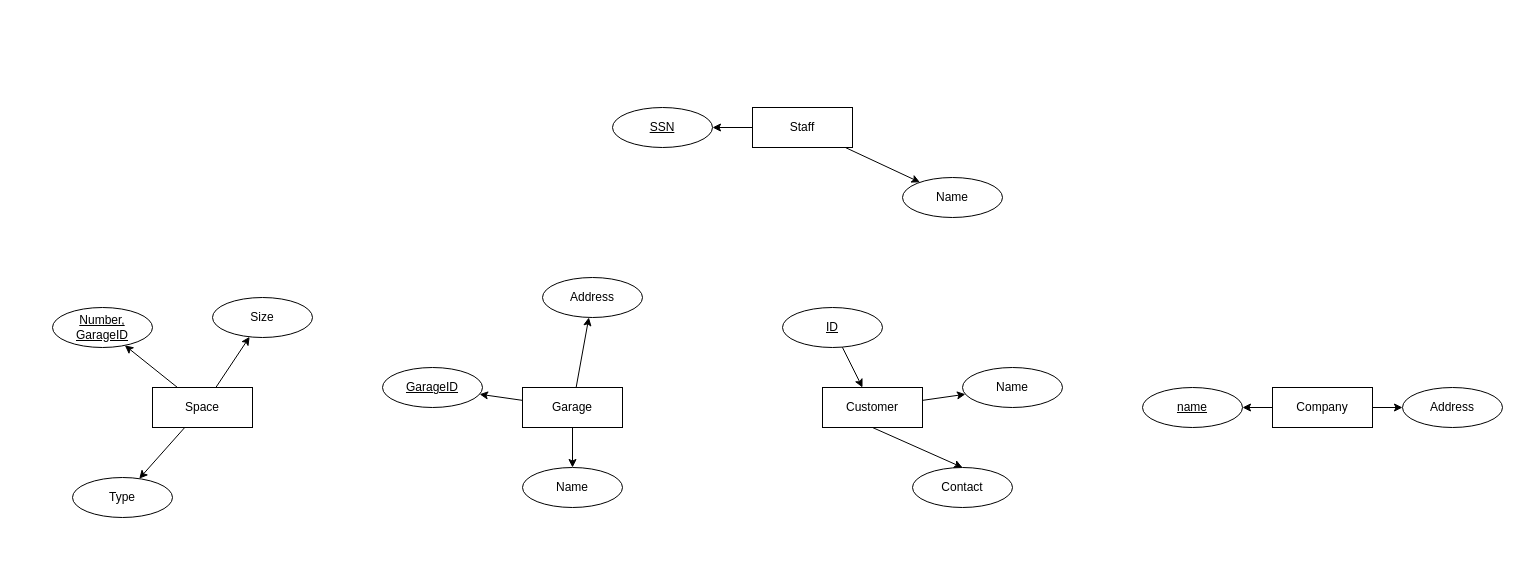
This is 未命名绘图.drawio from Burnham310/AutoNote, a draw.io file, before an edit. Source tidied: cells renumbered, new cells numbered last; positions are measured from the earlier drawing's top-left corner, leaving out a move shared by most shapes. Both pictures are drawn from the tidied source at 100%, with x=0, y=0 at pixel (52, 107).
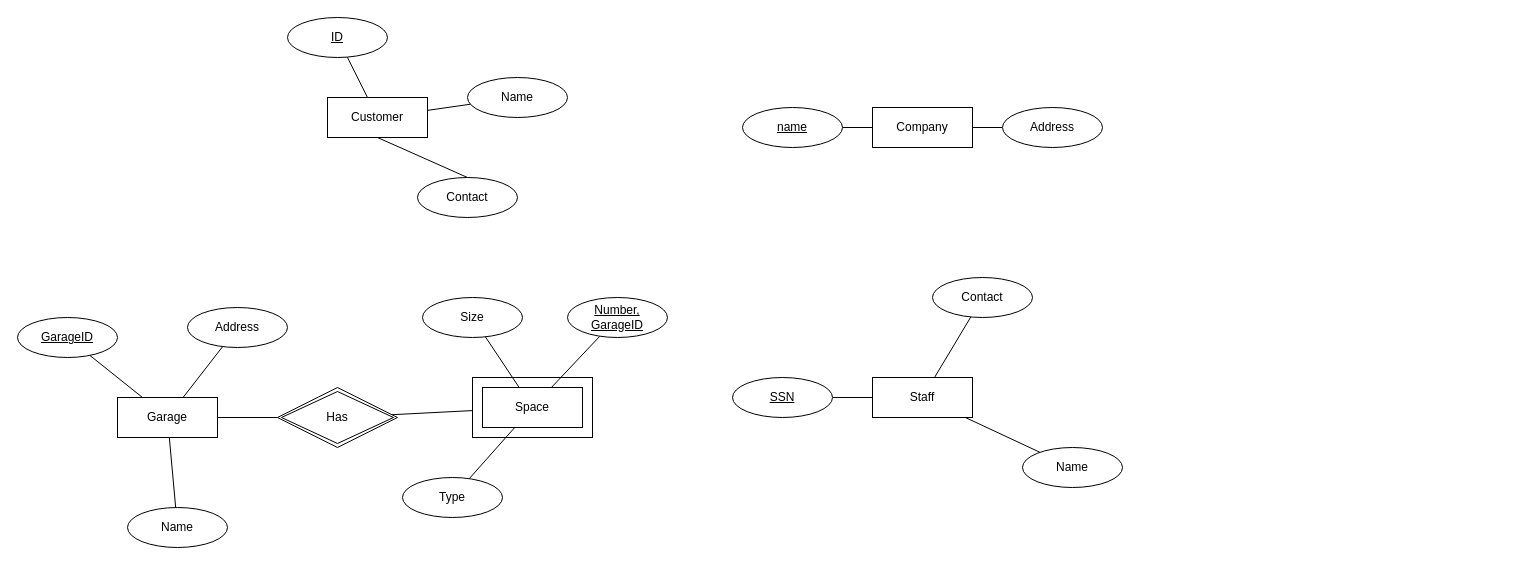
The same diagram, later.

Commit message (it also covers changes not shown here):
更新未命名绘图.drawio

Diff of the diagram source:
```diff
@@
-    <mxCell id="2" style="edgeStyle=none;rounded=0;jettySize=auto;html=1;" parent="1" edge="1" source="4" target="5">
+    <mxCell id="2" style="edgeStyle=none;rounded=0;jettySize=auto;html=1;endArrow=none;endFill=0;" parent="1" edge="1" source="4" target="5">
       <mxGeometry relative="1" as="geometry" />
     </mxCell>
-    <mxCell id="3" style="edgeStyle=none;rounded=0;jettySize=auto;html=1;" parent="1" edge="1" source="4" target="6">
+    <mxCell id="3" style="edgeStyle=none;rounded=0;jettySize=auto;html=1;endArrow=none;endFill=0;" parent="1" edge="1" source="4" target="6">
       <mxGeometry relative="1" as="geometry" />
     </mxCell>
     <mxCell id="4" value="Company" style="whiteSpace=wrap;html=1;align=center;" parent="1" vertex="1">
-      <mxGeometry x="1220" y="280" width="100" height="40" as="geometry" />
+      <mxGeometry x="820" width="100" height="40" as="geometry" />
     </mxCell>
     <mxCell id="5" value="name" style="ellipse;whiteSpace=wrap;html=1;align=center;fontStyle=4;" parent="1" vertex="1">
-      <mxGeometry x="1090" y="280" width="100" height="40" as="geometry" />
+      <mxGeometry x="690" width="100" height="40" as="geometry" />
     </mxCell>
     <mxCell id="6" value="Address" style="ellipse;whiteSpace=wrap;html=1;align=center;" parent="1" vertex="1">
-      <mxGeometry x="1350" y="280" width="100" height="40" as="geometry" />
+      <mxGeometry x="950" width="100" height="40" as="geometry" />
     </mxCell>
-    <mxCell id="7" style="rounded=0;jettySize=auto;html=1;exitX=0.5;exitY=1;exitDx=0;exitDy=0;entryX=0.5;entryY=0;entryDx=0;entryDy=0;" parent="1" edge="1" source="9" target="13">
+    <mxCell id="7" style="rounded=0;jettySize=auto;html=1;exitX=0.5;exitY=1;exitDx=0;exitDy=0;entryX=0.5;entryY=0;entryDx=0;entryDy=0;endArrow=none;endFill=0;" parent="1" edge="1" source="9" target="13">
       <mxGeometry relative="1" as="geometry" />
     </mxCell>
-    <mxCell id="8" style="edgeStyle=none;rounded=0;jettySize=auto;html=1;" parent="1" edge="1" source="9" target="12">
+    <mxCell id="8" style="edgeStyle=none;rounded=0;jettySize=auto;html=1;endArrow=none;endFill=0;" parent="1" edge="1" source="9" target="12">
       <mxGeometry relative="1" as="geometry" />
     </mxCell>
     <mxCell id="9" value="Customer" style="whiteSpace=wrap;html=1;align=center;" parent="1" vertex="1">
-      <mxGeometry x="770" y="280" width="100" height="40" as="geometry" />
+      <mxGeometry x="275" y="-10" width="100" height="40" as="geometry" />
     </mxCell>
-    <mxCell id="10" style="edgeStyle=none;rounded=0;jettySize=auto;html=1;" parent="1" edge="1" source="11" target="9">
+    <mxCell id="10" style="edgeStyle=none;rounded=0;jettySize=auto;html=1;endArrow=none;endFill=0;" parent="1" edge="1" source="11" target="9">
       <mxGeometry relative="1" as="geometry" />
     </mxCell>
     <mxCell id="11" value="ID" style="ellipse;whiteSpace=wrap;html=1;align=center;fontStyle=4;" parent="1" vertex="1">
-      <mxGeometry x="730" y="200" width="100" height="40" as="geometry" />
+      <mxGeometry x="235" y="-90" width="100" height="40" as="geometry" />
     </mxCell>
     <mxCell id="12" value="Name" style="ellipse;whiteSpace=wrap;html=1;align=center;" parent="1" vertex="1">
-      <mxGeometry x="910" y="260" width="100" height="40" as="geometry" />
+      <mxGeometry x="415" y="-30" width="100" height="40" as="geometry" />
     </mxCell>
     <mxCell id="13" value="Contact" style="ellipse;whiteSpace=wrap;html=1;align=center;" parent="1" vertex="1">
-      <mxGeometry x="860" y="360" width="100" height="40" as="geometry" />
+      <mxGeometry x="365" y="70" width="100" height="40" as="geometry" />
     </mxCell>
-    <mxCell id="14" style="edgeStyle=none;rounded=0;jettySize=auto;html=1;" parent="1" edge="1" source="17" target="20">
+    <mxCell id="14" style="edgeStyle=none;rounded=0;jettySize=auto;html=1;endArrow=none;endFill=0;" parent="1" edge="1" source="17" target="20">
       <mxGeometry relative="1" as="geometry" />
     </mxCell>
-    <mxCell id="15" style="edgeStyle=none;rounded=0;jettySize=auto;html=1;" parent="1" edge="1" source="17" target="18">
+    <mxCell id="15" style="edgeStyle=none;rounded=0;jettySize=auto;html=1;endArrow=none;endFill=0;" parent="1" edge="1" source="17" target="18">
       <mxGeometry relative="1" as="geometry" />
     </mxCell>
-    <mxCell id="16" style="edgeStyle=none;rounded=0;jettySize=auto;html=1;" parent="1" edge="1" source="17" target="19">
+    <mxCell id="16" style="edgeStyle=none;rounded=0;jettySize=auto;html=1;endArrow=none;endFill=0;" parent="1" edge="1" source="17" target="19">
       <mxGeometry relative="1" as="geometry" />
     </mxCell>
+    <mxCell id="33" style="edgeStyle=none;rounded=0;jettySize=auto;html=1;endArrow=none;endFill=0;" parent="1" edge="1" source="17" target="38">
+      <mxGeometry relative="1" as="geometry" />
+    </mxCell>
     <mxCell id="17" value="Garage" style="whiteSpace=wrap;html=1;align=center;" parent="1" vertex="1">
-      <mxGeometry x="470" y="280" width="100" height="40" as="geometry" />
+      <mxGeometry x="65" y="290" width="100" height="40" as="geometry" />
     </mxCell>
     <mxCell id="18" value="GarageID" style="ellipse;whiteSpace=wrap;html=1;align=center;fontStyle=4;" parent="1" vertex="1">
-      <mxGeometry x="330" y="260" width="100" height="40" as="geometry" />
+      <mxGeometry x="-35" y="210" width="100" height="40" as="geometry" />
     </mxCell>
     <mxCell id="19" value="Address" style="ellipse;whiteSpace=wrap;html=1;align=center;" parent="1" vertex="1">
-      <mxGeometry x="490" y="170" width="100" height="40" as="geometry" />
+      <mxGeometry x="135" y="200" width="100" height="40" as="geometry" />
     </mxCell>
     <mxCell id="20" value="Name" style="ellipse;whiteSpace=wrap;html=1;align=center;" parent="1" vertex="1">
-      <mxGeometry x="470" y="360" width="100" height="40" as="geometry" />
+      <mxGeometry x="75" y="400" width="100" height="40" as="geometry" />
     </mxCell>
-    <mxCell id="21" style="edgeStyle=none;rounded=0;jettySize=auto;html=1;" parent="1" edge="1" source="24" target="25">
+    <mxCell id="21" style="edgeStyle=none;rounded=0;jettySize=auto;html=1;endArrow=none;endFill=0;" parent="1" edge="1" source="24" target="25">
       <mxGeometry relative="1" as="geometry" />
     </mxCell>
-    <mxCell id="22" style="edgeStyle=none;rounded=0;jettySize=auto;html=1;" parent="1" edge="1" source="24" target="26">
+    <mxCell id="22" style="edgeStyle=none;rounded=0;jettySize=auto;html=1;endArrow=none;endFill=0;" parent="1" edge="1" source="24" target="26">
       <mxGeometry relative="1" as="geometry" />
     </mxCell>
-    <mxCell id="23" style="edgeStyle=none;rounded=0;jettySize=auto;html=1;" parent="1" edge="1" source="24" target="27">
+    <mxCell id="23" style="edgeStyle=none;rounded=0;jettySize=auto;html=1;endArrow=none;endFill=0;" parent="1" edge="1" source="24" target="27">
       <mxGeometry relative="1" as="geometry" />
     </mxCell>
     <mxCell id="24" value="Space" style="whiteSpace=wrap;html=1;align=center;" parent="1" vertex="1">
-      <mxGeometry x="100" y="280" width="100" height="40" as="geometry" />
+      <mxGeometry x="430" y="280" width="100" height="40" as="geometry" />
     </mxCell>
     <mxCell id="25" value="Number, GarageID" style="ellipse;whiteSpace=wrap;html=1;align=center;fontStyle=4;" parent="1" vertex="1">
-      <mxGeometry y="200" width="100" height="40" as="geometry" />
+      <mxGeometry x="515" y="190" width="100" height="40" as="geometry" />
     </mxCell>
     <mxCell id="26" value="Size" style="ellipse;whiteSpace=wrap;html=1;align=center;" parent="1" vertex="1">
-      <mxGeometry x="160" y="190" width="100" height="40" as="geometry" />
+      <mxGeometry x="370" y="190" width="100" height="40" as="geometry" />
     </mxCell>
     <mxCell id="27" value="Type" style="ellipse;whiteSpace=wrap;html=1;align=center;" parent="1" vertex="1">
-      <mxGeometry x="20" y="370" width="100" height="40" as="geometry" />
+      <mxGeometry x="350" y="370" width="100" height="40" as="geometry" />
     </mxCell>
-    <mxCell id="28" style="edgeStyle=none;rounded=0;jettySize=auto;html=1;" parent="1" edge="1" source="30" target="31">
+    <mxCell id="28" style="edgeStyle=none;rounded=0;jettySize=auto;html=1;endArrow=none;endFill=0;" parent="1" edge="1" source="30" target="31">
       <mxGeometry relative="1" as="geometry" />
     </mxCell>
-    <mxCell id="29" style="edgeStyle=none;rounded=0;jettySize=auto;html=1;" parent="1" edge="1" source="30" target="32">
+    <mxCell id="29" style="edgeStyle=none;rounded=0;jettySize=auto;html=1;endArrow=none;endFill=0;" parent="1" edge="1" source="30" target="32">
       <mxGeometry relative="1" as="geometry" />
     </mxCell>
+    <mxCell id="34" style="edgeStyle=none;rounded=0;jettySize=auto;html=1;endArrow=none;endFill=0;" parent="1" edge="1" source="30" target="35">
+      <mxGeometry relative="1" as="geometry" />
+    </mxCell>
     <mxCell id="30" value="Staff" style="whiteSpace=wrap;html=1;align=center;" parent="1" vertex="1">
-      <mxGeometry x="700" width="100" height="40" as="geometry" />
+      <mxGeometry x="820" y="270" width="100" height="40" as="geometry" />
     </mxCell>
     <mxCell id="31" value="SSN" style="ellipse;whiteSpace=wrap;html=1;align=center;fontStyle=4;" parent="1" vertex="1">
-      <mxGeometry x="560" width="100" height="40" as="geometry" />
+      <mxGeometry x="680" y="270" width="100" height="40" as="geometry" />
     </mxCell>
     <mxCell id="32" value="Name" style="ellipse;whiteSpace=wrap;html=1;align=center;" parent="1" vertex="1">
-      <mxGeometry x="850" y="70" width="100" height="40" as="geometry" />
+      <mxGeometry x="970" y="340" width="100" height="40" as="geometry" />
     </mxCell>
+    <mxCell id="35" value="Contact" style="ellipse;whiteSpace=wrap;html=1;align=center;" parent="1" vertex="1">
+      <mxGeometry x="880" y="170" width="100" height="40" as="geometry" />
+    </mxCell>
+    <mxCell id="36" style="rounded=0;whiteSpace=wrap;html=1;fillColor=none;" parent="1" vertex="1">
+      <mxGeometry x="420" y="270" width="120" height="60" as="geometry" />
+    </mxCell>
+    <mxCell id="37" style="edgeStyle=none;rounded=0;jettySize=auto;html=1;endArrow=none;endFill=0;" parent="1" edge="1" source="38" target="36">
+      <mxGeometry relative="1" as="geometry" />
+    </mxCell>
+    <mxCell id="38" value="Has" style="shape=rhombus;double=1;perimeter=rhombusPerimeter;whiteSpace=wrap;html=1;align=center;" parent="1" vertex="1">
+      <mxGeometry x="225" y="280" width="120" height="60" as="geometry" />
+    </mxCell>
```
